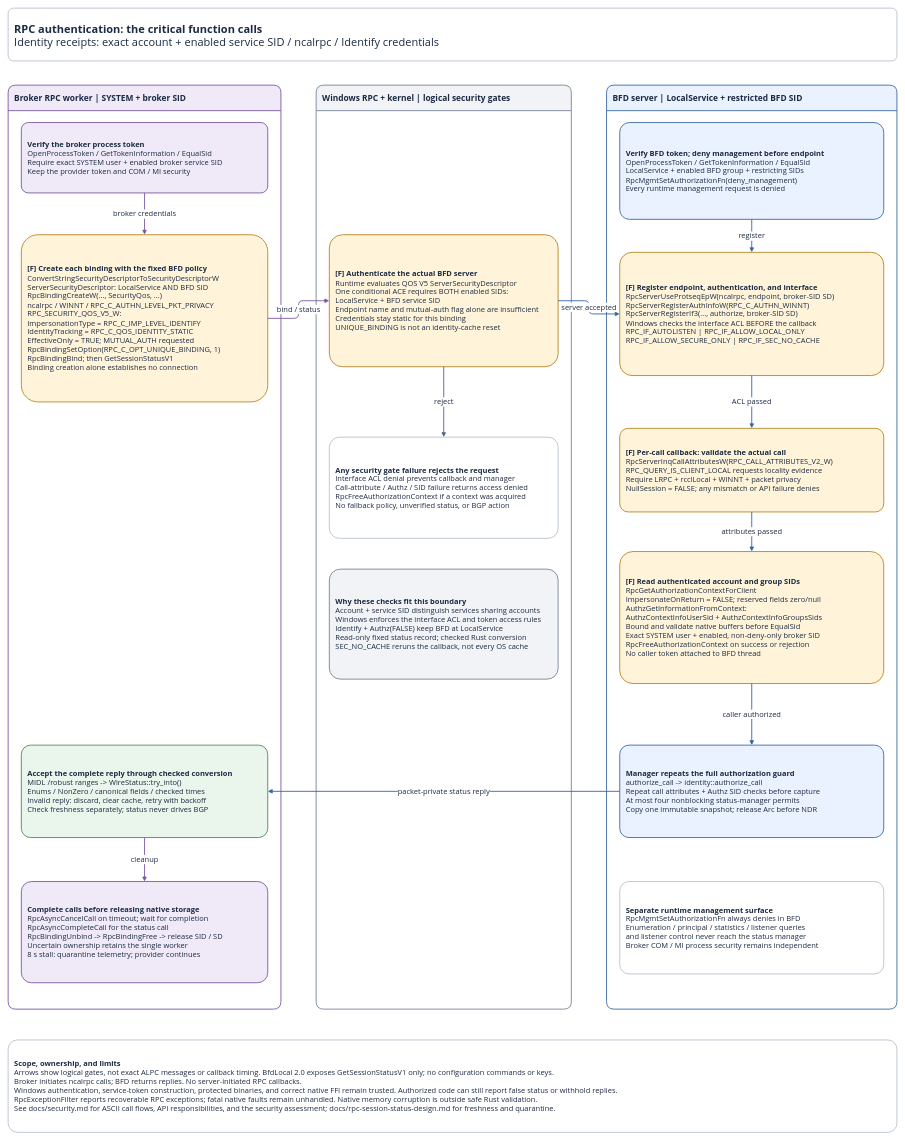
Earlier version of the draw.io diagram page "3 RPC authentication" (3 of 3) of docs/service-communication.drawio (miketheitguy/bfd-winservice). Source tidied: cells renumbered, new cells numbered last; positions are measured from the earlier drawing's top-left corner, leaving out a move shared by most shapes. Both pictures are drawn from the tidied source at 44%, with x=0, y=0 at pixel (8, 8).
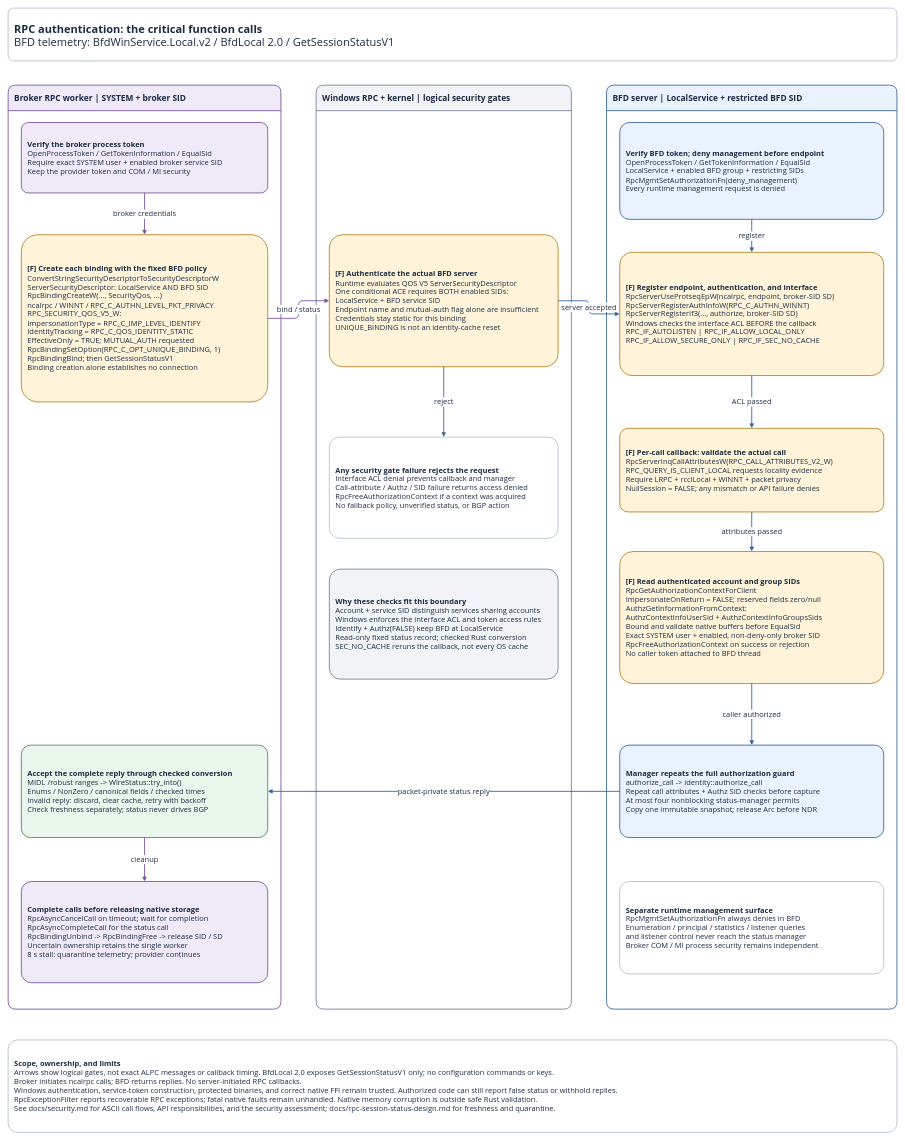
The same diagram, later.

Change to the diagram source:
```diff
@@
-    <mxCell id="2" value="&lt;b&gt;RPC authentication: the critical function calls&lt;/b&gt;&lt;br&gt;Identity receipts: exact account + enabled service SID / ncalrpc / Identify credentials" style="rounded=1;arcSize=10;whiteSpace=wrap;html=1;fillColor=#FFFFFF;strokeColor=#B8C2D0;strokeWidth=2;fontFamily=Segoe UI;fontSize=25;fontColor=#1C2B43;spacing=14;align=left;verticalAlign=middle;" parent="1" vertex="1">
+    <mxCell id="2" value="&lt;b&gt;RPC authentication: the critical function calls&lt;/b&gt;&lt;br&gt;BFD telemetry: BfdWinService.Local.v2 / BfdLocal 2.0 / GetSessionStatusV1" style="rounded=1;arcSize=10;whiteSpace=wrap;html=1;fillColor=#FFFFFF;strokeColor=#B8C2D0;strokeWidth=2;fontFamily=Segoe UI;fontSize=25;fontColor=#1C2B43;spacing=14;align=left;verticalAlign=middle;" parent="1" vertex="1">
       <mxGeometry width="2020" height="120" as="geometry" />
     </mxCell>
```
